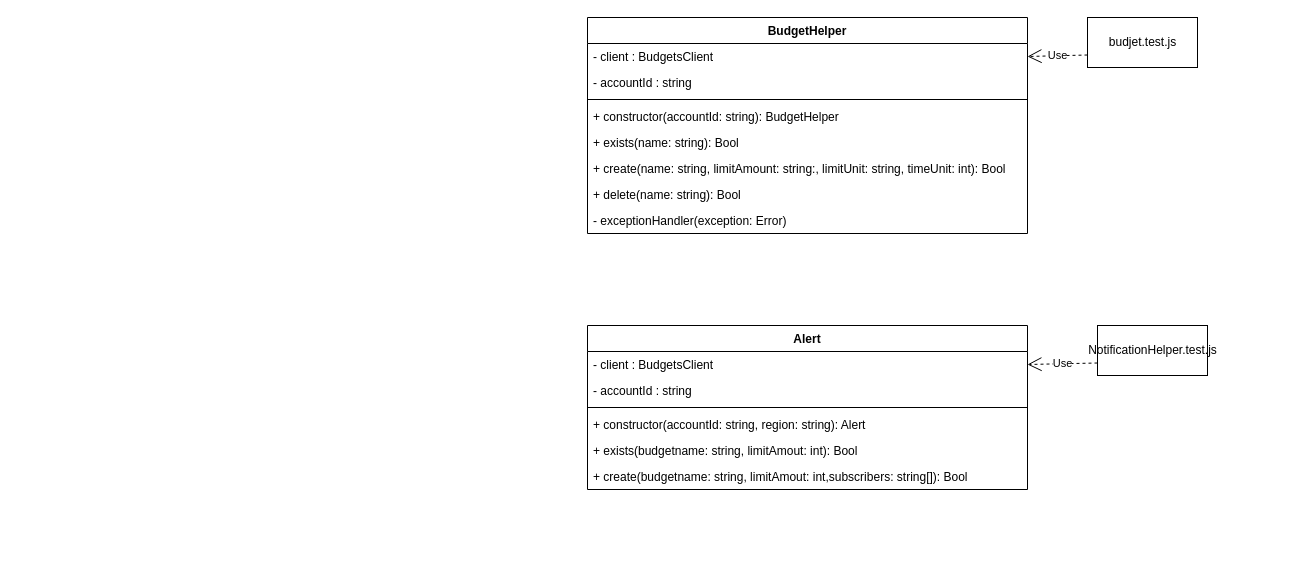
Before: doc/class_diagram.drawio in NicolasGlassey/VIR1-COST, a draw.io diagram. Source tidied: cells renumbered, new cells numbered last; positions are measured from the earlier drawing's top-left corner, leaving out a move shared by most shapes. Both pictures are drawn from the tidied source at 100%, with x=0, y=0 at pixel (587, 17).
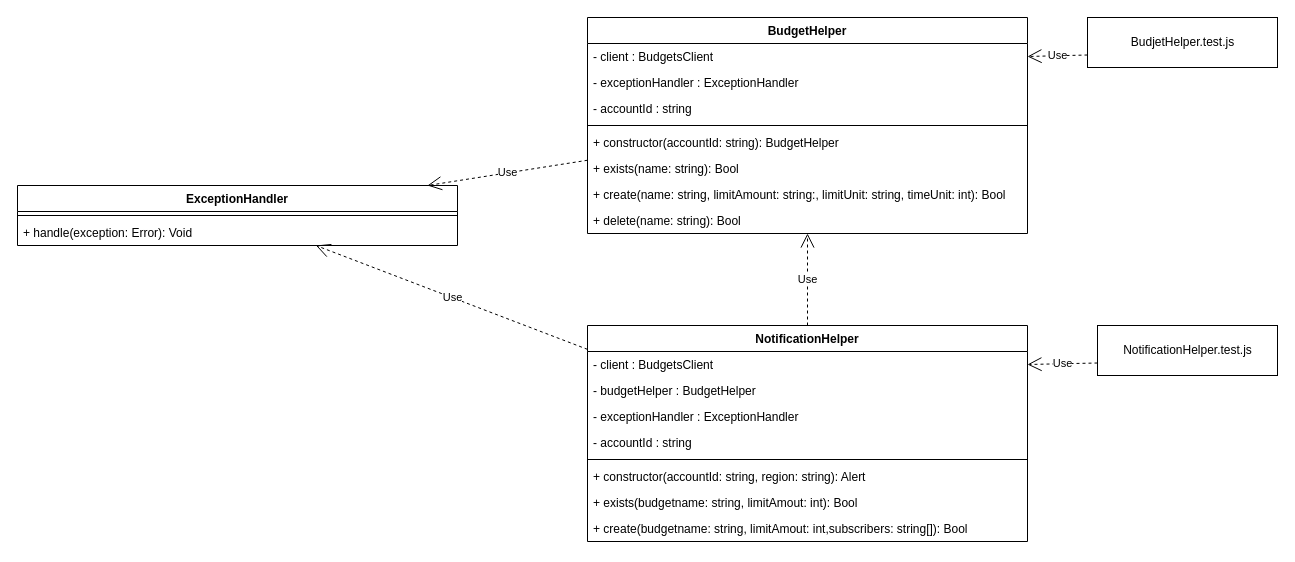
The same page after the edit.

Commit message:
updates class diagram

The change refers to these unchanged cells:
```xml
<mxCell id="2" value="BudgetHelper" style="swimlane;fontStyle=1;align=center;verticalAlign=top;horizontal=1;startSize=26;" parent="1" vertex="1">
  <mxGeometry width="440" height="216" as="geometry" />
</mxCell>
```

What changed in the source:
```diff
@@
+    <mxCell id="22" value="- exceptionHandler : ExceptionHandler" style="text;strokeColor=none;fillColor=none;align=left;verticalAlign=top;spacingLeft=4;spacingRight=4;overflow=hidden;" parent="2" vertex="1">
+      <mxGeometry y="52" width="440" height="26" as="geometry" />
+    </mxCell>
     <mxCell id="4" value="- accountId : string" style="text;strokeColor=none;fillColor=none;align=left;verticalAlign=top;spacingLeft=4;spacingRight=4;overflow=hidden;" parent="2" vertex="1">
-      <mxGeometry y="52" width="440" height="26" as="geometry" />
+      <mxGeometry y="78" width="440" height="26" as="geometry" />
     </mxCell>
     <mxCell id="5" style="line;strokeWidth=1;fillColor=none;align=left;verticalAlign=middle;spacingTop=-1;spacingLeft=3;spacingRight=3;labelPosition=right;" parent="2" vertex="1">
-      <mxGeometry y="78" width="440" height="8" as="geometry" />
+      <mxGeometry y="104" width="440" height="8" as="geometry" />
     </mxCell>
     <mxCell id="6" value="+ constructor(accountId: string): BudgetHelper" style="text;strokeColor=none;fillColor=none;align=left;verticalAlign=top;spacingLeft=4;spacingRight=4;overflow=hidden;" parent="2" vertex="1">
-      <mxGeometry y="86" width="440" height="26" as="geometry" />
+      <mxGeometry y="112" width="440" height="26" as="geometry" />
     </mxCell>
     <mxCell id="7" value="+ exists(name: string): Bool" style="text;strokeColor=none;fillColor=none;align=left;verticalAlign=top;spacingLeft=4;spacingRight=4;overflow=hidden;" parent="2" vertex="1">
-      <mxGeometry y="112" width="440" height="26" as="geometry" />
+      <mxGeometry y="138" width="440" height="26" as="geometry" />
     </mxCell>
     <mxCell id="8" value="+ create(name: string, limitAmount: string:, limitUnit: string, timeUnit: int): Bool" style="text;strokeColor=none;fillColor=none;align=left;verticalAlign=top;spacingLeft=4;spacingRight=4;overflow=hidden;" parent="2" vertex="1">
-      <mxGeometry y="138" width="440" height="26" as="geometry" />
+      <mxGeometry y="164" width="440" height="26" as="geometry" />
     </mxCell>
     <mxCell id="9" value="+ delete(name: string): Bool" style="text;strokeColor=none;fillColor=none;align=left;verticalAlign=top;spacingLeft=4;spacingRight=4;overflow=hidden;" parent="2" vertex="1">
-      <mxGeometry y="164" width="440" height="26" as="geometry" />
+      <mxGeometry y="190" width="440" height="26" as="geometry" />
     </mxCell>
-    <mxCell id="10" value="- exceptionHandler(exception: Error)" style="text;strokeColor=none;fillColor=none;align=left;verticalAlign=top;spacingLeft=4;spacingRight=4;overflow=hidden;" parent="2" vertex="1">
-      <mxGeometry y="190" width="440" height="26" as="geometry" />
-    </mxCell>
-    <mxCell id="11" value="budjet.test.js" style="html=1;" parent="1" vertex="1">
-      <mxGeometry x="500" width="110" height="50" as="geometry" />
+    <mxCell id="11" value="BudjetHelper.test.js" style="html=1;" parent="1" vertex="1">
+      <mxGeometry x="500" width="190" height="50" as="geometry" />
     </mxCell>
@@
-    <mxCell id="13" value="Alert" style="swimlane;fontStyle=1;align=center;verticalAlign=top;horizontal=1;startSize=26;" parent="1" vertex="1">
-      <mxGeometry y="308" width="440" height="164" as="geometry" />
+    <mxCell id="13" value="NotificationHelper&#10;" style="swimlane;fontStyle=1;align=center;verticalAlign=top;horizontal=1;startSize=26;" parent="1" vertex="1">
+      <mxGeometry y="308" width="440" height="216" as="geometry" />
     </mxCell>
@@
+    <mxCell id="23" value="- budgetHelper : BudgetHelper" style="text;strokeColor=none;fillColor=none;align=left;verticalAlign=top;spacingLeft=4;spacingRight=4;overflow=hidden;" parent="13" vertex="1">
+      <mxGeometry y="52" width="440" height="26" as="geometry" />
+    </mxCell>
+    <mxCell id="24" value="- exceptionHandler : ExceptionHandler" style="text;strokeColor=none;fillColor=none;align=left;verticalAlign=top;spacingLeft=4;spacingRight=4;overflow=hidden;" parent="13" vertex="1">
+      <mxGeometry y="78" width="440" height="26" as="geometry" />
+    </mxCell>
     <mxCell id="15" value="- accountId : string" style="text;strokeColor=none;fillColor=none;align=left;verticalAlign=top;spacingLeft=4;spacingRight=4;overflow=hidden;" parent="13" vertex="1">
-      <mxGeometry y="52" width="440" height="26" as="geometry" />
+      <mxGeometry y="104" width="440" height="26" as="geometry" />
     </mxCell>
     <mxCell id="16" style="line;strokeWidth=1;fillColor=none;align=left;verticalAlign=middle;spacingTop=-1;spacingLeft=3;spacingRight=3;labelPosition=right;" parent="13" vertex="1">
-      <mxGeometry y="78" width="440" height="8" as="geometry" />
+      <mxGeometry y="130" width="440" height="8" as="geometry" />
     </mxCell>
     <mxCell id="17" value="+ constructor(accountId: string, region: string): Alert" style="text;strokeColor=none;fillColor=none;align=left;verticalAlign=top;spacingLeft=4;spacingRight=4;overflow=hidden;" parent="13" vertex="1">
-      <mxGeometry y="86" width="440" height="26" as="geometry" />
+      <mxGeometry y="138" width="440" height="26" as="geometry" />
     </mxCell>
     <mxCell id="18" value="+ exists(budgetname: string, limitAmout: int): Bool" style="text;strokeColor=none;fillColor=none;align=left;verticalAlign=top;spacingLeft=4;spacingRight=4;overflow=hidden;" parent="13" vertex="1">
-      <mxGeometry y="112" width="440" height="26" as="geometry" />
+      <mxGeometry y="164" width="440" height="26" as="geometry" />
     </mxCell>
     <mxCell id="19" value="+ create(budgetname: string, limitAmout: int,subscribers: string[]): Bool" style="text;strokeColor=none;fillColor=none;align=left;verticalAlign=top;spacingLeft=4;spacingRight=4;overflow=hidden;" parent="13" vertex="1">
-      <mxGeometry y="138" width="440" height="26" as="geometry" />
+      <mxGeometry y="190" width="440" height="26" as="geometry" />
     </mxCell>
     <mxCell id="20" value="NotificationHelper.test.js" style="html=1;" parent="1" vertex="1">
-      <mxGeometry x="510" y="308" width="110" height="50" as="geometry" />
+      <mxGeometry x="510" y="308" width="180" height="50" as="geometry" />
     </mxCell>
@@
+    <mxCell id="25" value="ExceptionHandler" style="swimlane;fontStyle=1;align=center;verticalAlign=top;horizontal=1;startSize=26;" parent="1" vertex="1">
+      <mxGeometry x="-570" y="168" width="440" height="60" as="geometry" />
+    </mxCell>
+    <mxCell id="26" style="line;strokeWidth=1;fillColor=none;align=left;verticalAlign=middle;spacingTop=-1;spacingLeft=3;spacingRight=3;labelPosition=right;" parent="25" vertex="1">
+      <mxGeometry y="26" width="440" height="8" as="geometry" />
+    </mxCell>
+    <mxCell id="27" value="+ handle(exception: Error): Void" style="text;strokeColor=none;fillColor=none;align=left;verticalAlign=top;spacingLeft=4;spacingRight=4;overflow=hidden;" parent="25" vertex="1">
+      <mxGeometry y="34" width="440" height="26" as="geometry" />
+    </mxCell>
+    <mxCell id="28" value="Use" style="endArrow=open;endSize=12;dashed=1;html=1;" parent="1" edge="1" source="13" target="25">
+      <mxGeometry relative="1" as="geometry" />
+    </mxCell>
+    <mxCell id="29" value="Use" style="endArrow=open;endSize=12;dashed=1;html=1;" parent="1" edge="1" source="2" target="25">
+      <mxGeometry relative="1" as="geometry" />
+    </mxCell>
+    <mxCell id="30" value="Use" style="endArrow=open;endSize=12;dashed=1;html=1;" parent="1" edge="1" source="13" target="2">
+      <mxGeometry relative="1" as="geometry" />
+    </mxCell>
```
